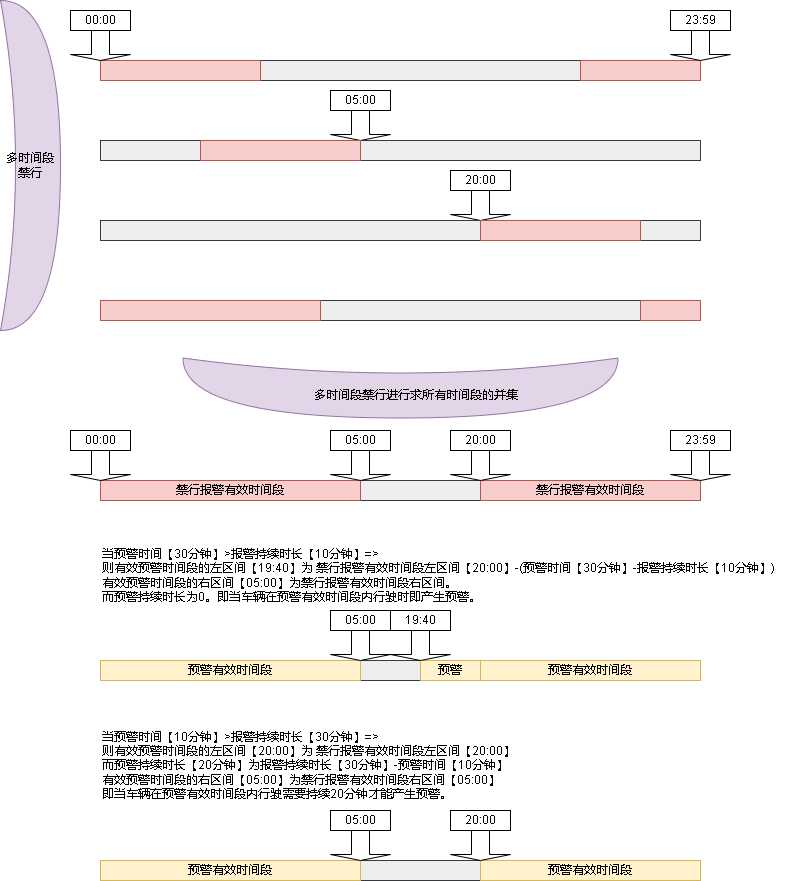
Before: 禁行.drawio.png, a diagram exported from draw.io (xktder/draw). Source tidied: cells renumbered, new cells last; positions are measured from the earlier drawing's top-left corner, leaving out a move shared by most shapes.
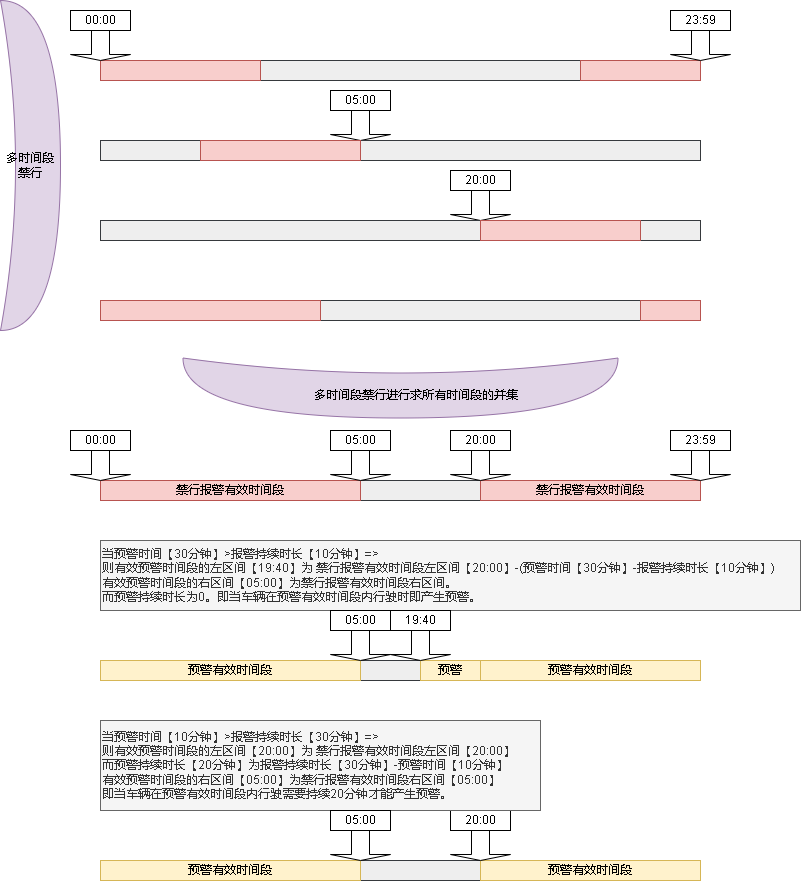
Above is the later version.

The edit, as a diff of the source:
```diff
@@ -89,7 +89,7 @@
     <mxCell id="30" value="预警有效时间段" style="rounded=0;whiteSpace=wrap;html=1;fillColor=#fff2cc;strokeColor=#d6b656;" parent="1" vertex="1">
       <mxGeometry x="480" y="860" width="220" height="20" as="geometry" />
     </mxCell>
-    <mxCell id="31" value="当预警时间【30分钟】&amp;gt;报警持续时长【10分钟】=&amp;gt;&lt;br&gt;则有效预警时间段的左区间【19:40】为 禁行报警有效时间段左区间【20:00】-(预警时间【30分钟】-报警持续时长【10分钟】)&lt;br&gt;有效预警时间段的右区间【05:00】为禁行报警有效时间段右区间。&lt;br&gt;而预警持续时长为0。即当车辆在预警有效时间段内行驶时即产生预警。" style="text;html=1;align=left;verticalAlign=middle;strokeColor=none;fillColor=none;" parent="1" vertex="1">
+    <mxCell id="31" value="当预警时间【30分钟】&amp;gt;报警持续时长【10分钟】=&amp;gt;&lt;br&gt;则有效预警时间段的左区间【19:40】为 禁行报警有效时间段左区间【20:00】-(预警时间【30分钟】-报警持续时长【10分钟】)&lt;br&gt;有效预警时间段的右区间【05:00】为禁行报警有效时间段右区间。&lt;br&gt;而预警持续时长为0。即当车辆在预警有效时间段内行驶时即产生预警。" style="text;html=1;align=left;verticalAlign=middle;strokeColor=#666666;fillColor=#f5f5f5;fontColor=#333333;" parent="1" vertex="1">
       <mxGeometry x="100" y="540" width="700" height="70" as="geometry" />
     </mxCell>
     <mxCell id="32" style="shape=singleArrow;direction=south;whiteSpace=wrap;html=1;" parent="1" vertex="1">
@@ -128,7 +128,7 @@
     <mxCell id="43" value="20:00" style="rounded=0;whiteSpace=wrap;html=1;" parent="1" vertex="1">
       <mxGeometry x="450" y="810" width="60" height="20" as="geometry" />
     </mxCell>
-    <mxCell id="44" value="当预警时间【10分钟】&amp;gt;报警持续时长【30分钟】=&amp;gt;&lt;br&gt;则有效预警时间段的左区间【20:00】为 禁行报警有效时间段左区间【20:00】&lt;br&gt;而预警持续时长【20分钟】为报警持续时长【30分钟】-预警时间【10分钟】&lt;br&gt;有效预警时间段的右区间【05:00】为禁行报警有效时间段右区间【05:00】&lt;br&gt;即当车辆在预警有效时间段内行驶需要持续20分钟才能产生预警。" style="text;html=1;align=left;verticalAlign=middle;strokeColor=none;fillColor=none;" parent="1" vertex="1">
+    <mxCell id="44" value="当预警时间【10分钟】&amp;gt;报警持续时长【30分钟】=&amp;gt;&lt;br&gt;则有效预警时间段的左区间【20:00】为 禁行报警有效时间段左区间【20:00】&lt;br&gt;而预警持续时长【20分钟】为报警持续时长【30分钟】-预警时间【10分钟】&lt;br&gt;有效预警时间段的右区间【05:00】为禁行报警有效时间段右区间【05:00】&lt;br&gt;即当车辆在预警有效时间段内行驶需要持续20分钟才能产生预警。" style="text;html=1;align=left;verticalAlign=middle;strokeColor=#666666;fillColor=#f5f5f5;fontColor=#333333;" parent="1" vertex="1">
       <mxGeometry x="100" y="720" width="440" height="90" as="geometry" />
     </mxCell>
     <mxCell id="45" style="shape=singleArrow;direction=south;whiteSpace=wrap;html=1;" parent="1" vertex="1">
```
